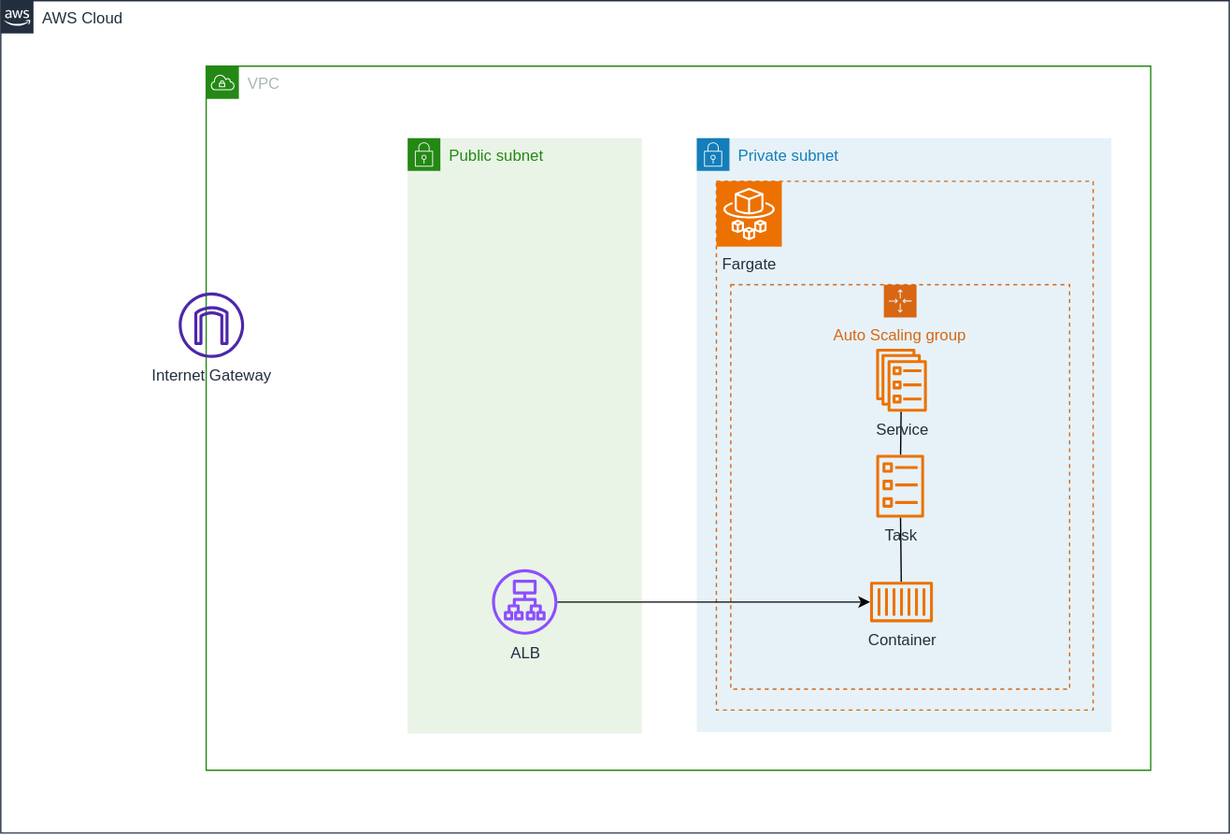
The draw.io diagram infrastructure/cdk-workspaces/workspaces/ecs-fargate-alb/overview.drawio.svg in ishiharatma/aws-cdk-reference-architectures, before a commit. Source tidied: cells renumbered, new cells last; positions are measured from the earlier drawing's top-left corner, leaving out a move shared by most shapes. Source of this version:
```xml
<mxGraphModel background="#ffffff">
  <root>
    <mxCell id="0" />
    <mxCell id="1" parent="0" />
    <mxCell id="2" value="AWS Cloud" style="gradientColor=none;html=1;whiteSpace=wrap;fontSize=12;fontStyle=0;shape=mxgraph.aws4.group;grIcon=mxgraph.aws4.group_aws_cloud_alt;strokeColor=#232F3E;fillColor=none;verticalAlign=top;align=left;spacingLeft=30;fontColor=#232F3E;dashed=0;" parent="1" vertex="1">
      <mxGeometry width="939" height="636" as="geometry" />
    </mxCell>
    <mxCell id="3" value="VPC" style="gradientColor=none;html=1;whiteSpace=wrap;fontSize=12;fontStyle=0;shape=mxgraph.aws4.group;grIcon=mxgraph.aws4.group_vpc;strokeColor=#248814;fillColor=none;verticalAlign=top;align=left;spacingLeft=30;fontColor=#AAB7B8;dashed=0;" parent="2" vertex="1">
      <mxGeometry x="157" y="50" width="722" height="538" as="geometry" />
    </mxCell>
    <mxCell id="4" value="Private subnet" style="gradientColor=none;html=1;whiteSpace=wrap;fontSize=12;fontStyle=0;shape=mxgraph.aws4.group;grIcon=mxgraph.aws4.group_security_group;grStroke=0;strokeColor=#147EBA;fillColor=#E6F2F8;verticalAlign=top;align=left;spacingLeft=30;fontColor=#147EBA;dashed=0;" parent="3" vertex="1">
      <mxGeometry x="375" y="55" width="317" height="454" as="geometry" />
    </mxCell>
    <mxCell id="5" style="fillColor=none;strokeColor=#D86613;dashed=1;verticalAlign=top;fontStyle=0;fontColor=#D86613;whiteSpace=wrap;html=1;align=center;spacingTop=25;fontFamily=Helvetica;fontSize=12;gradientColor=none;" parent="4" vertex="1">
      <mxGeometry x="15" y="33" width="288" height="404" as="geometry" />
    </mxCell>
    <mxCell id="6" value="Fargate" style="sketch=0;fontColor=#232F3E;fillColor=#ED7100;strokeColor=#ffffff;dashed=0;verticalLabelPosition=bottom;verticalAlign=top;align=center;html=1;fontSize=12;fontStyle=0;shape=mxgraph.aws4.resourceIcon;resIcon=mxgraph.aws4.fargate;" parent="4" vertex="1">
      <mxGeometry x="15" y="33" width="50" height="50" as="geometry" />
    </mxCell>
    <mxCell id="7" value="Auto Scaling group" style="gradientColor=none;html=1;whiteSpace=wrap;fontSize=12;fontStyle=0;shape=mxgraph.aws4.groupCenter;grIcon=mxgraph.aws4.group_auto_scaling_group;grStroke=1;strokeColor=#D86613;fillColor=none;verticalAlign=top;align=center;fontColor=#D86613;dashed=1;spacingTop=25;" parent="4" vertex="1">
      <mxGeometry x="26" y="112" width="259" height="309" as="geometry" />
    </mxCell>
    <mxCell id="8" style="edgeStyle=none;html=1;endArrow=none;endFill=0;" parent="4" edge="1" source="9" target="11">
      <mxGeometry relative="1" as="geometry" />
    </mxCell>
    <mxCell id="9" value="Service" style="sketch=0;outlineConnect=0;fontColor=#232F3E;gradientColor=none;fillColor=#ED7100;strokeColor=none;dashed=0;verticalLabelPosition=bottom;verticalAlign=top;align=center;html=1;fontSize=12;fontStyle=0;shape=mxgraph.aws4.ecs_service;" parent="4" vertex="1">
      <mxGeometry x="137" y="161" width="39" height="48" as="geometry" />
    </mxCell>
    <mxCell id="10" style="edgeStyle=none;html=1;endArrow=none;endFill=0;" parent="4" edge="1" source="11" target="12">
      <mxGeometry relative="1" as="geometry" />
    </mxCell>
    <mxCell id="11" value="Task" style="sketch=0;outlineConnect=0;fontColor=#232F3E;gradientColor=none;fillColor=#ED7100;strokeColor=none;dashed=0;verticalLabelPosition=bottom;verticalAlign=top;align=center;html=1;fontSize=12;fontStyle=0;shape=mxgraph.aws4.ecs_task;" parent="4" vertex="1">
      <mxGeometry x="137" y="242" width="37" height="48" as="geometry" />
    </mxCell>
    <mxCell id="12" value="Container" style="sketch=0;outlineConnect=0;fontColor=#232F3E;gradientColor=none;fillColor=#ED7100;strokeColor=none;dashed=0;verticalLabelPosition=bottom;verticalAlign=top;align=center;html=1;fontSize=12;fontStyle=0;shape=mxgraph.aws4.container_1;" parent="4" vertex="1">
      <mxGeometry x="132.5" y="339" width="48" height="31" as="geometry" />
    </mxCell>
    <mxCell id="13" value="Public subnet" style="gradientColor=none;html=1;whiteSpace=wrap;fontSize=12;fontStyle=0;shape=mxgraph.aws4.group;grIcon=mxgraph.aws4.group_security_group;grStroke=0;strokeColor=#248814;fillColor=#E9F3E6;verticalAlign=top;align=left;spacingLeft=30;fontColor=#248814;dashed=0;" parent="3" vertex="1">
      <mxGeometry x="154" y="55" width="179" height="455" as="geometry" />
    </mxCell>
    <mxCell id="14" value="ALB" style="sketch=0;outlineConnect=0;fontColor=#232F3E;gradientColor=none;fillColor=#8C4FFF;strokeColor=none;dashed=0;verticalLabelPosition=bottom;verticalAlign=top;align=center;html=1;fontSize=12;fontStyle=0;shape=mxgraph.aws4.application_load_balancer;" parent="13" vertex="1">
      <mxGeometry x="64.5" y="329.5" width="50" height="50" as="geometry" />
    </mxCell>
    <mxCell id="15" value="Internet Gateway" style="sketch=0;outlineConnect=0;fontColor=#232F3E;gradientColor=none;fillColor=#4D27AA;strokeColor=none;dashed=0;verticalLabelPosition=bottom;verticalAlign=top;align=center;html=1;fontSize=12;fontStyle=0;shape=mxgraph.aws4.internet_gateway;" parent="3" vertex="1">
      <mxGeometry x="-21" y="173" width="50" height="50" as="geometry" />
    </mxCell>
    <mxCell id="16" style="edgeStyle=none;html=1;" parent="3" edge="1" source="14" target="12">
      <mxGeometry relative="1" as="geometry" />
    </mxCell>
  </root>
</mxGraphModel>
```
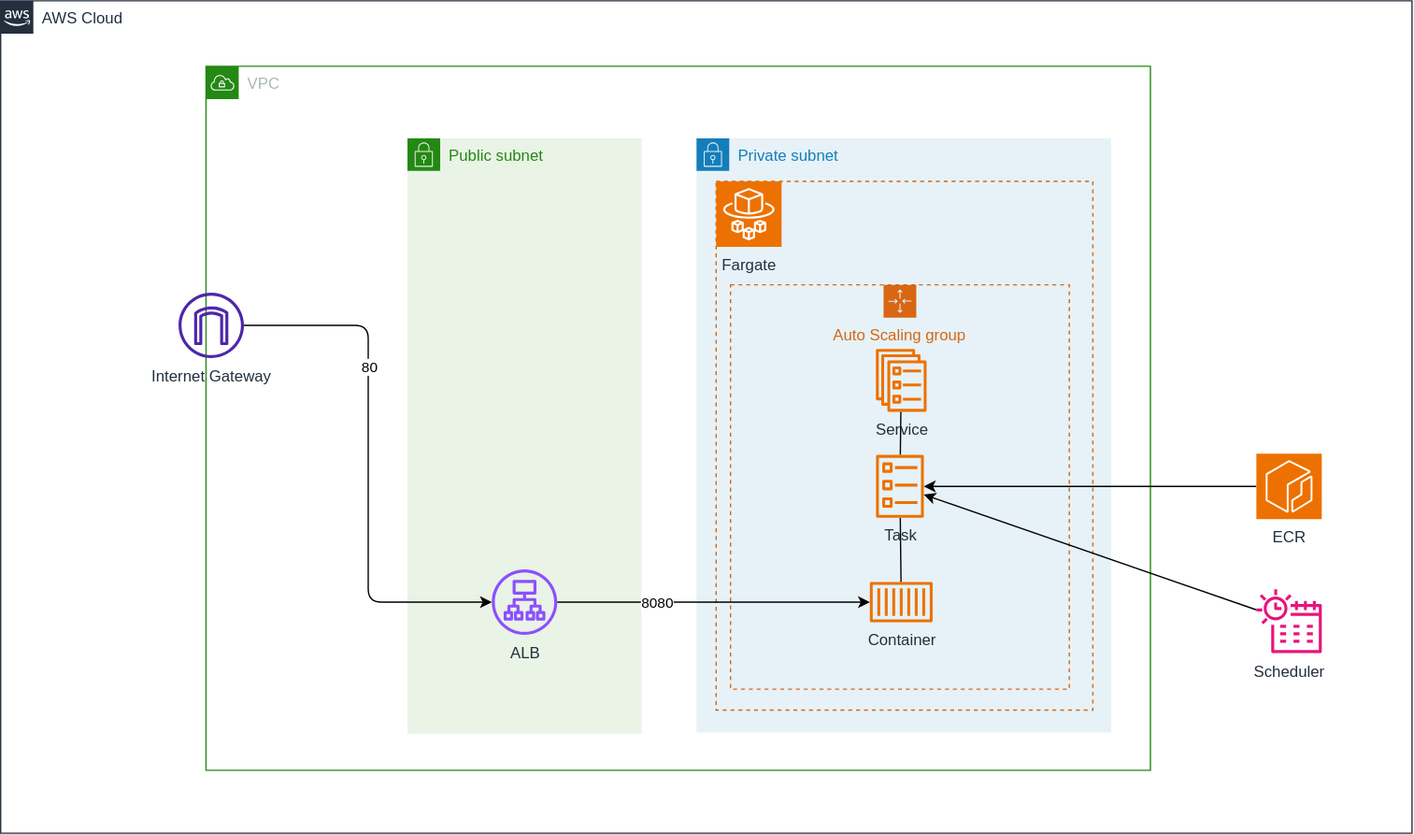
Above is the later version.

Diff of the diagram source:
```diff
@@ -3,7 +3,7 @@
     <mxCell id="0" />
     <mxCell id="1" parent="0" />
     <mxCell id="2" value="AWS Cloud" style="gradientColor=none;html=1;whiteSpace=wrap;fontSize=12;fontStyle=0;shape=mxgraph.aws4.group;grIcon=mxgraph.aws4.group_aws_cloud_alt;strokeColor=#232F3E;fillColor=none;verticalAlign=top;align=left;spacingLeft=30;fontColor=#232F3E;dashed=0;" parent="1" vertex="1">
-      <mxGeometry width="939" height="636" as="geometry" />
+      <mxGeometry width="1079" height="636" as="geometry" />
     </mxCell>
     <mxCell id="3" value="VPC" style="gradientColor=none;html=1;whiteSpace=wrap;fontSize=12;fontStyle=0;shape=mxgraph.aws4.group;grIcon=mxgraph.aws4.group_vpc;strokeColor=#248814;fillColor=none;verticalAlign=top;align=left;spacingLeft=30;fontColor=#AAB7B8;dashed=0;" parent="2" vertex="1">
       <mxGeometry x="157" y="50" width="722" height="538" as="geometry" />
@@ -47,5 +47,26 @@
     <mxCell id="16" style="edgeStyle=none;html=1;" parent="3" edge="1" source="14" target="12">
       <mxGeometry relative="1" as="geometry" />
     </mxCell>
+    <mxCell id="17" value="8080" style="edgeLabel;html=1;align=center;verticalAlign=middle;" parent="16" vertex="1">
+      <mxGeometry x="-0.37" relative="1" as="geometry" />
+    </mxCell>
+    <mxCell id="18" style="edgeStyle=elbowEdgeStyle;html=1;" parent="3" edge="1" source="15" target="14">
+      <mxGeometry relative="1" as="geometry" />
+    </mxCell>
+    <mxCell id="19" value="80" style="edgeLabel;html=1;align=center;verticalAlign=middle;" parent="18" vertex="1">
+      <mxGeometry x="-0.37" relative="1" as="geometry" />
+    </mxCell>
+    <mxCell id="20" style="edgeStyle=none;html=1;" parent="2" edge="1" source="21" target="11">
+      <mxGeometry relative="1" as="geometry" />
+    </mxCell>
+    <mxCell id="21" value="ECR" style="sketch=0;points=[[0,0,0],[0.25,0,0],[0.5,0,0],[0.75,0,0],[1,0,0],[0,1,0],[0.25,1,0],[0.5,1,0],[0.75,1,0],[1,1,0],[0,0.25,0],[0,0.5,0],[0,0.75,0],[1,0.25,0],[1,0.5,0],[1,0.75,0]];outlineConnect=0;fontColor=#232F3E;fillColor=#ED7100;strokeColor=#ffffff;dashed=0;verticalLabelPosition=bottom;verticalAlign=top;align=center;html=1;fontSize=12;fontStyle=0;shape=mxgraph.aws4.resourceIcon;resIcon=mxgraph.aws4.ecr;" parent="2" vertex="1">
+      <mxGeometry x="960" y="346" width="50" height="50" as="geometry" />
+    </mxCell>
+    <mxCell id="22" style="edgeStyle=none;html=1;" parent="2" edge="1" source="23" target="11">
+      <mxGeometry relative="1" as="geometry" />
+    </mxCell>
+    <mxCell id="23" value="Scheduler" style="sketch=0;outlineConnect=0;fontColor=#232F3E;gradientColor=none;fillColor=#E7157B;strokeColor=none;dashed=0;verticalLabelPosition=bottom;verticalAlign=top;align=center;html=1;fontSize=12;fontStyle=0;shape=mxgraph.aws4.eventbridge_scheduler;" parent="2" vertex="1">
+      <mxGeometry x="960" y="449" width="50" height="50" as="geometry" />
+    </mxCell>
   </root>
 </mxGraphModel>
```
